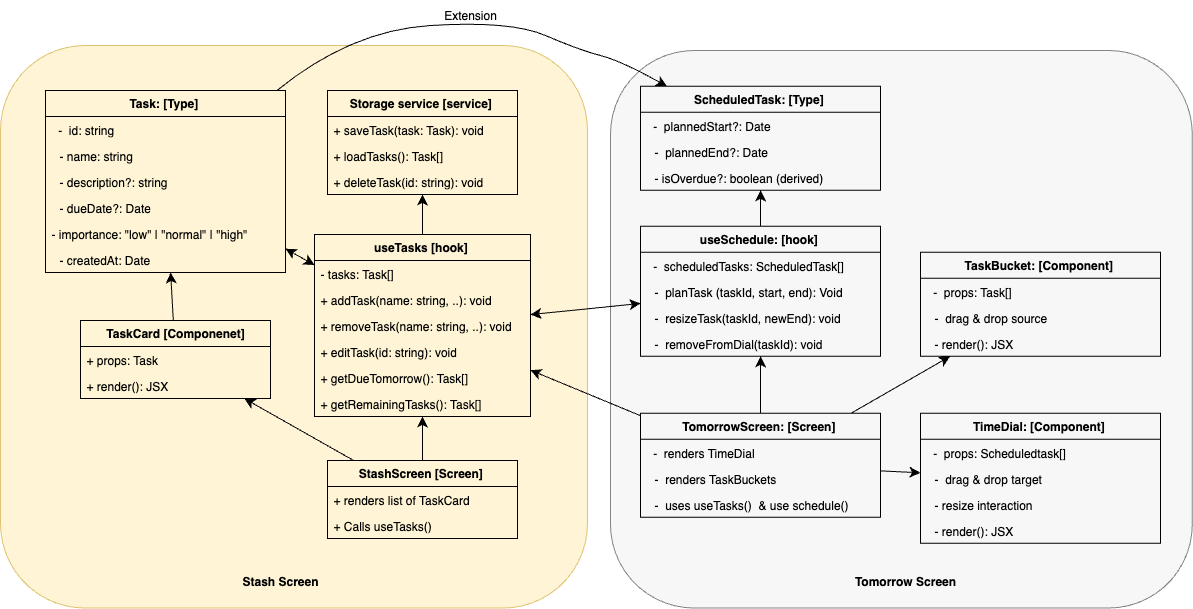
VipulChiluvery/Valour keeps this draw.io diagram as UML/Stage2_Tomorrow.png. Above is the earlier version. Source tidied: cells renumbered, new cells last; positions are measured from the earlier drawing's top-left corner, leaving out a move shared by most shapes.
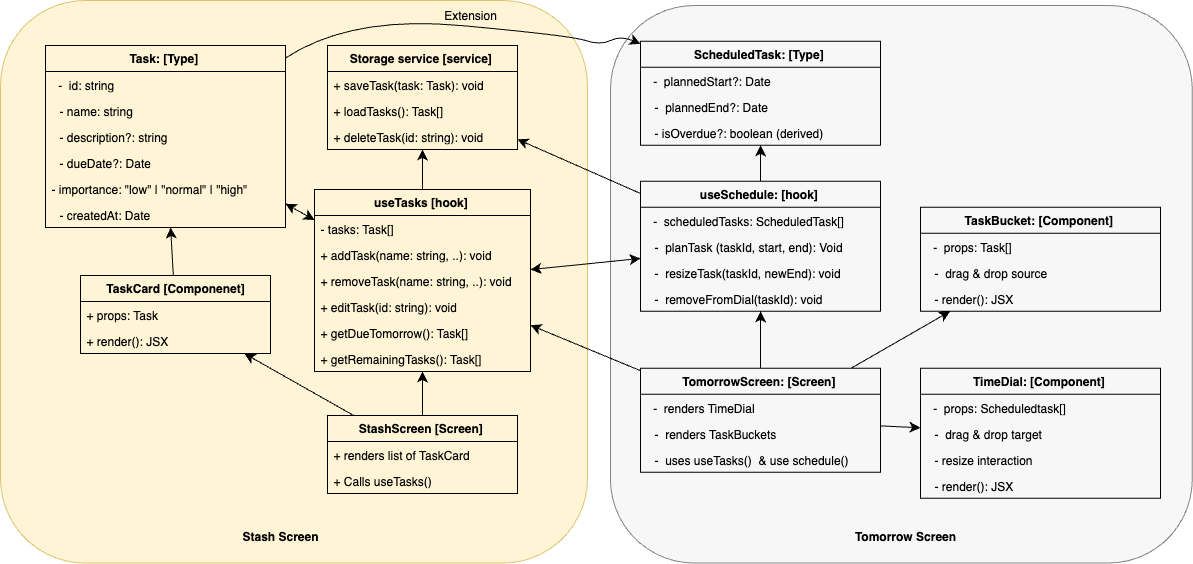
The same diagram one commit later.

Change to the diagram source:
```diff
@@ -80,10 +80,10 @@
     <mxCell id="27" style="edgeStyle=none;curved=1;rounded=0;jettySize=auto;html=1;fontSize=12;startSize=8;endSize=8;" parent="1" edge="1" source="28" target="35">
       <mxGeometry relative="1" as="geometry">
         <Array as="points">
-          <mxPoint x="350" y="30" />
-          <mxPoint x="510" y="20" />
-          <mxPoint x="580" y="50" />
-          <mxPoint x="620" y="60" />
+          <mxPoint x="350" y="60" />
+          <mxPoint x="570" y="80" />
+          <mxPoint x="600" y="90" />
+          <mxPoint x="620" y="80" />
         </Array>
       </mxGeometry>
     </mxCell>
@@ -123,6 +123,9 @@
     <mxCell id="39" style="edgeStyle=none;curved=1;rounded=0;jettySize=auto;html=1;fontSize=12;startSize=8;endSize=8;" parent="1" edge="1" source="40" target="35">
       <mxGeometry relative="1" as="geometry" />
     </mxCell>
+    <mxCell id="66" style="edgeStyle=none;curved=1;rounded=0;jettySize=auto;html=1;fontSize=12;startSize=8;endSize=8;" parent="1" edge="1" source="40" target="4">
+      <mxGeometry relative="1" as="geometry" />
+    </mxCell>
     <mxCell id="40" value="&lt;b&gt;useSchedule: [hook]&amp;nbsp;&lt;/b&gt;" style="swimlane;fontStyle=0;horizontal=1;startSize=26;fillColor=none;whiteSpace=wrap;html=1;" parent="1" vertex="1">
       <mxGeometry x="640" y="225.8" width="240" height="130" as="geometry" />
     </mxCell>
@@ -193,7 +196,7 @@
       <mxGeometry relative="1" as="geometry" />
     </mxCell>
     <mxCell id="63" value="Extension" style="text;html=1;align=center;verticalAlign=middle;whiteSpace=wrap;rounded=0;" parent="1" vertex="1">
-      <mxGeometry x="440" width="60" height="30" as="geometry" />
+      <mxGeometry x="440" y="45" width="60" height="30" as="geometry" />
     </mxCell>
     <mxCell id="64" value="Tomorrow Screen" style="text;html=1;align=center;verticalAlign=middle;whiteSpace=wrap;rounded=0;fontStyle=1;" parent="1" vertex="1">
       <mxGeometry x="825" y="565.8" width="160" height="30" as="geometry" />
```
